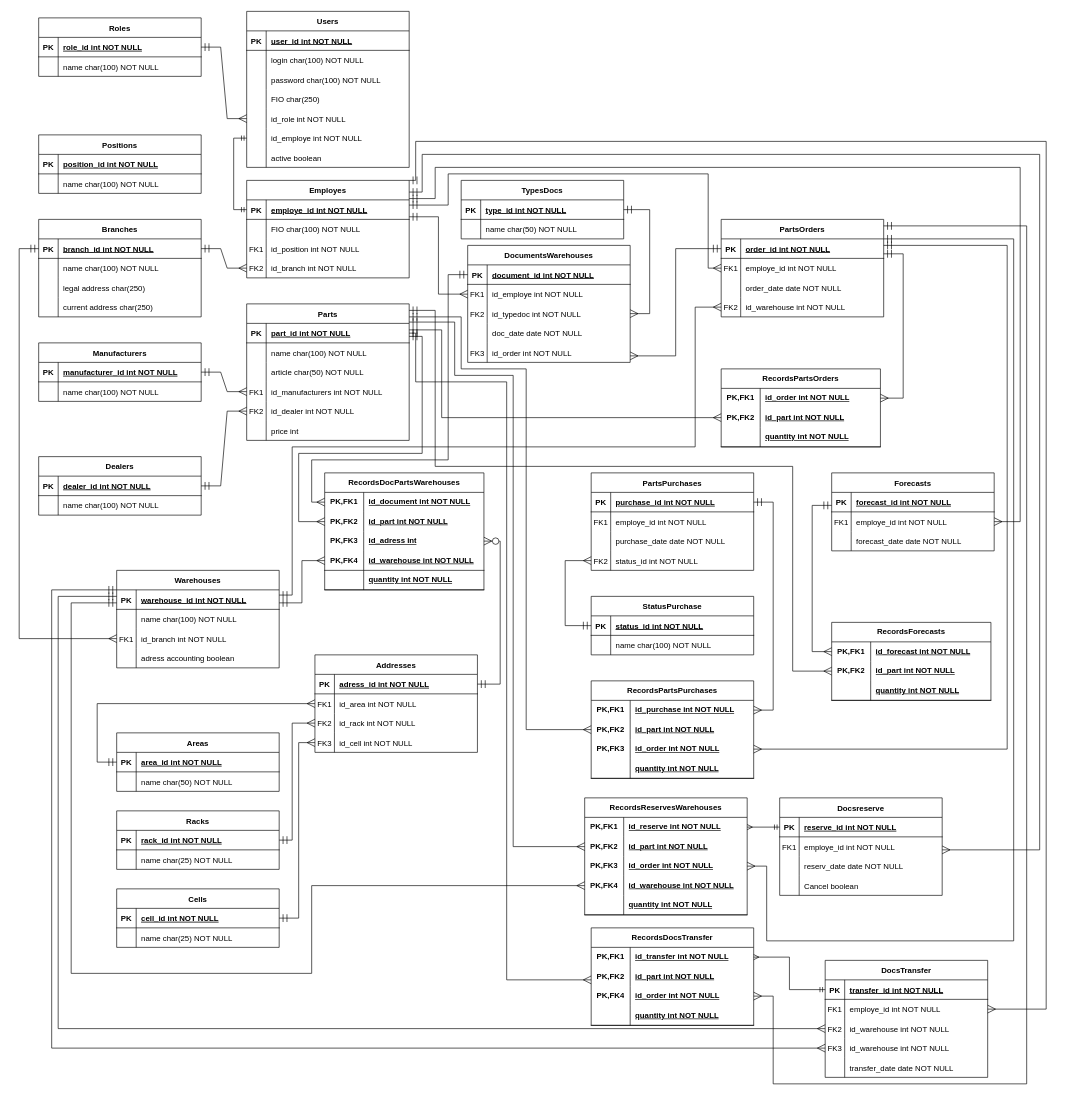
Before: ER diagram.drawio in aapoplavskii/Project_Otus_SA, a draw.io diagram. Source tidied: cells renumbered, new cells numbered last; positions are measured from the earlier drawing's top-left corner, leaving out a move shared by most shapes. Both pictures are drawn from the tidied source at 65%, with x=0, y=0 at pixel (19, 11).
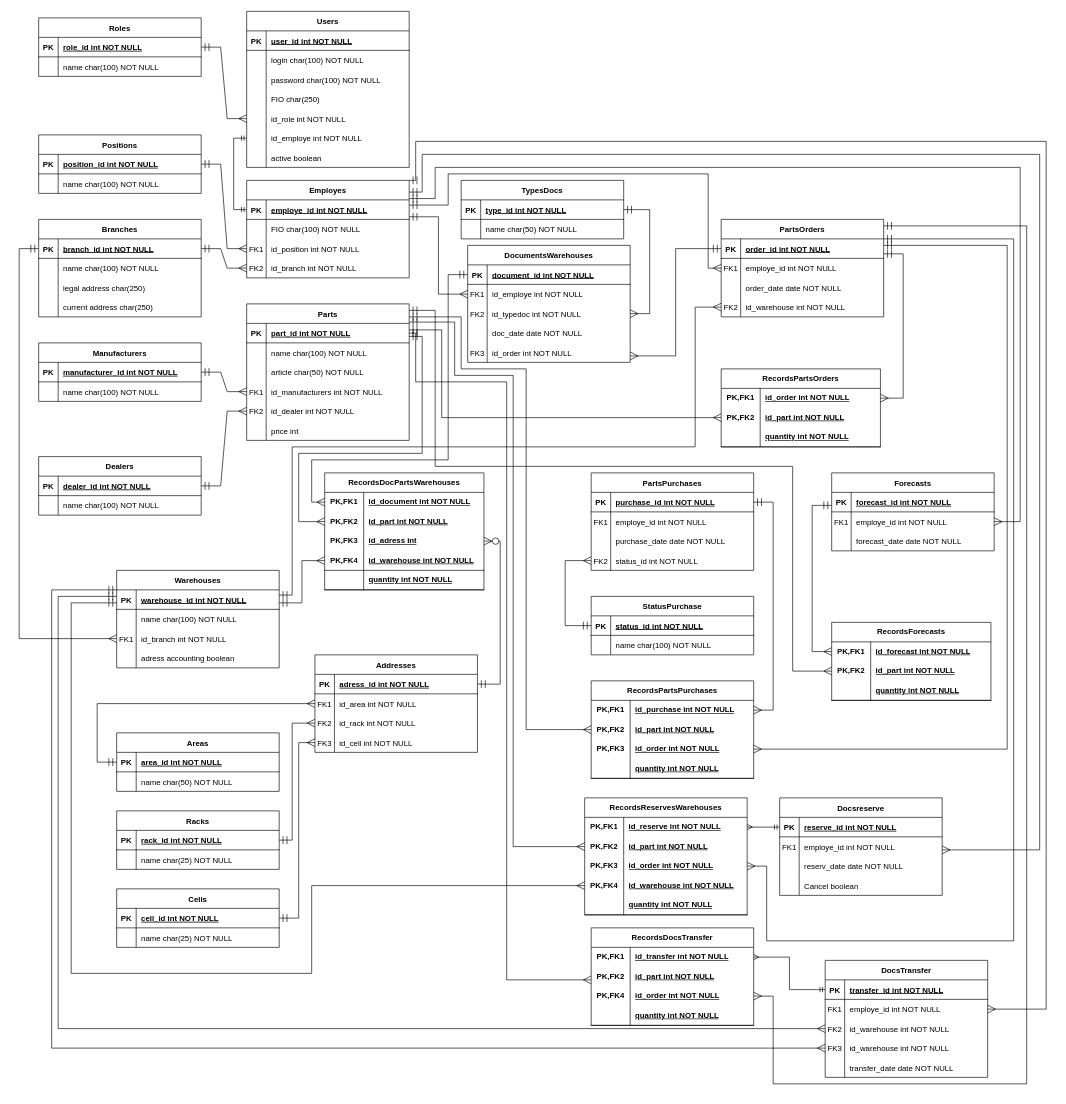
The same diagram, later.

Commit message (it also covers changes not shown here):
добавил диаграмму классов

Unchanged cells that the change refers to:
```xml
<mxCell id="22" style="shape=partialRectangle;fillColor=none;points=[[0,0.5],[1,0.5]];portConstraint=eastwest;top=0;left=0;right=0;bottom=0;" parent="15" vertex="1">
  <mxGeometry y="90" width="250" height="30" as="geometry" />
</mxCell>
<mxCell id="29" style="shape=partialRectangle;fillColor=none;points=[[0,0.5],[1,0.5]];portConstraint=eastwest;top=0;left=0;right=0;bottom=1;" parent="28" vertex="1">
  <mxGeometry y="30" width="250" height="30" as="geometry" />
</mxCell>
```

The edit, as a diff of the source:
```diff
@@
+    <mxCell id="355" style="edgeStyle=entityRelationEdgeStyle;fontSize=12;html=1;endArrow=ERmany;rounded=0;exitX=1;exitY=0.5;exitDx=0;exitDy=0;endSize=10;startSize=10;startArrow=ERmandOne;startFill=0;endFill=0;" parent="1" edge="1" source="29" target="22">
+      <mxGeometry relative="1" as="geometry" />
+    </mxCell>
```
